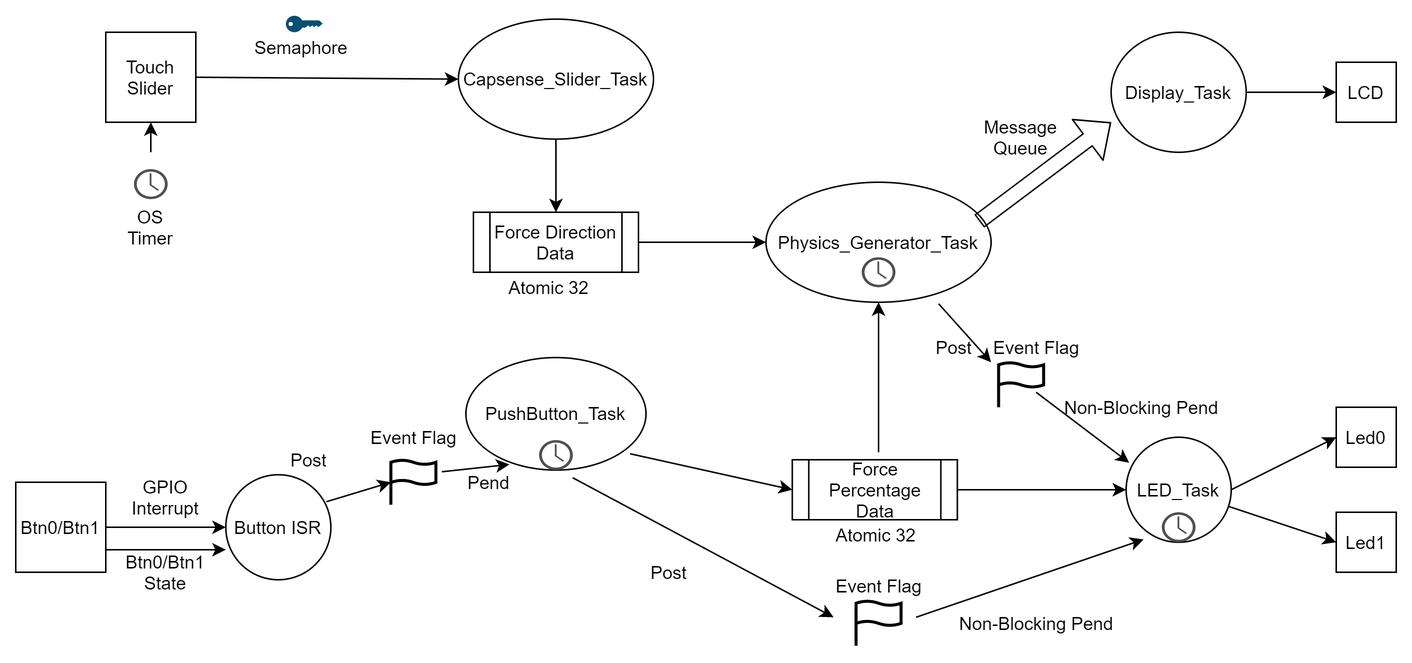
Earlier version of the draw.io export Task_Diagram.png (thwaitesja/RTOS_Final_Project). Source tidied: cells renumbered, new cells last; positions are measured from the earlier drawing's top-left corner, leaving out a move shared by most shapes. Source of this version:
```xml
<mxGraphModel>
  <root>
    <mxCell id="0" />
    <mxCell id="1" parent="0" />
    <mxCell id="2" style="edgeStyle=orthogonalEdgeStyle;rounded=0;jettySize=auto;html=1;exitX=0.5;exitY=1;exitDx=0;exitDy=0;" parent="1" edge="1" source="3" target="41">
      <mxGeometry relative="1" as="geometry" />
    </mxCell>
    <mxCell id="3" value="Capsense_Slider_Task" style="ellipse;whiteSpace=wrap;html=1;" parent="1" vertex="1">
      <mxGeometry x="295" y="2.2" width="130" height="80" as="geometry" />
    </mxCell>
    <mxCell id="4" value="Physics_Generator_Task" style="ellipse;whiteSpace=wrap;html=1;" parent="1" vertex="1">
      <mxGeometry x="500" y="111" width="150" height="80" as="geometry" />
    </mxCell>
    <mxCell id="5" value="PushButton_Task" style="ellipse;whiteSpace=wrap;html=1;" parent="1" vertex="1">
      <mxGeometry x="300" y="227.9" width="120" height="75" as="geometry" />
    </mxCell>
    <mxCell id="6" value="LED_Task" style="ellipse;whiteSpace=wrap;html=1;" parent="1" vertex="1">
      <mxGeometry x="740" y="281" width="70" height="70" as="geometry" />
    </mxCell>
    <mxCell id="7" style="edgeStyle=orthogonalEdgeStyle;rounded=0;jettySize=auto;html=1;exitX=1;exitY=0.5;exitDx=0;exitDy=0;entryX=0;entryY=0.5;entryDx=0;entryDy=0;" parent="1" edge="1" source="8" target="9">
      <mxGeometry relative="1" as="geometry" />
    </mxCell>
    <mxCell id="8" value="Display_Task" style="ellipse;whiteSpace=wrap;html=1;" parent="1" vertex="1">
      <mxGeometry x="730" y="11" width="90" height="80" as="geometry" />
    </mxCell>
    <mxCell id="9" value="LCD" style="rounded=0;whiteSpace=wrap;html=1;" parent="1" vertex="1">
      <mxGeometry x="880" y="31" width="40" height="40" as="geometry" />
    </mxCell>
    <mxCell id="10" value="Led0" style="rounded=0;whiteSpace=wrap;html=1;" parent="1" vertex="1">
      <mxGeometry x="880" y="261" width="40" height="40" as="geometry" />
    </mxCell>
    <mxCell id="11" value="Led1" style="rounded=0;whiteSpace=wrap;html=1;" parent="1" vertex="1">
      <mxGeometry x="880" y="331" width="40" height="40" as="geometry" />
    </mxCell>
    <mxCell id="12" style="endArrow=classic;html=1;entryX=0;entryY=0.5;entryDx=0;entryDy=0;exitX=1;exitY=0.5;exitDx=0;exitDy=0;" parent="1" edge="1" source="6" target="10">
      <mxGeometry relative="1" as="geometry" />
    </mxCell>
    <mxCell id="13" style="endArrow=classic;html=1;entryX=0;entryY=0.5;entryDx=0;entryDy=0;" parent="1" edge="1" source="6" target="11">
      <mxGeometry relative="1" as="geometry" />
    </mxCell>
    <mxCell id="14" style="shadow=0;dashed=0;html=1;strokeColor=none;fillColor=#505050;labelPosition=center;verticalLabelPosition=bottom;verticalAlign=top;align=center;shape=mxgraph.office.concepts.clock;" parent="1" vertex="1">
      <mxGeometry x="763.8" y="331" width="22.5" height="20" as="geometry" />
    </mxCell>
    <mxCell id="15" style="shape=flexArrow;endArrow=classic;html=1;exitX=0.947;exitY=0.325;exitDx=0;exitDy=0;exitPerimeter=0;endWidth=23;endSize=6.01;" parent="1" edge="1" source="4">
      <mxGeometry relative="1" as="geometry">
        <mxPoint x="730" y="71" as="targetPoint" />
      </mxGeometry>
    </mxCell>
    <mxCell id="16" value="Message Queue" style="text;html=1;strokeColor=none;fillColor=none;align=center;verticalAlign=middle;whiteSpace=wrap;rounded=0;" parent="1" vertex="1">
      <mxGeometry x="650" y="71" width="40" height="20" as="geometry" />
    </mxCell>
    <mxCell id="17" style="html=1;verticalLabelPosition=bottom;align=center;labelBackgroundColor=#ffffff;verticalAlign=top;strokeWidth=2;strokeColor=#000000;shadow=0;dashed=0;shape=mxgraph.ios7.icons.flag;" parent="1" vertex="1">
      <mxGeometry x="655" y="231" width="30" height="30" as="geometry" />
    </mxCell>
    <mxCell id="18" style="endArrow=classic;html=1;exitX=0.767;exitY=1.013;exitDx=0;exitDy=0;exitPerimeter=0;" parent="1" edge="1" source="4">
      <mxGeometry relative="1" as="geometry">
        <mxPoint x="650" y="231" as="targetPoint" />
      </mxGeometry>
    </mxCell>
    <mxCell id="19" style="endArrow=classic;html=1;entryX=0.029;entryY=0.243;entryDx=0;entryDy=0;entryPerimeter=0;" parent="1" edge="1" target="6">
      <mxGeometry relative="1" as="geometry">
        <mxPoint x="680" y="251" as="sourcePoint" />
      </mxGeometry>
    </mxCell>
    <mxCell id="20" value="Post" style="text;html=1;align=center;verticalAlign=middle;" parent="1" vertex="1">
      <mxGeometry x="605" y="211" width="40" height="20" as="geometry" />
    </mxCell>
    <mxCell id="21" value="Non-Blocking Pend" style="text;html=1;align=center;verticalAlign=middle;" parent="1" vertex="1">
      <mxGeometry x="690" y="251" width="120" height="20" as="geometry" />
    </mxCell>
    <mxCell id="22" style="edgeStyle=orthogonalEdgeStyle;rounded=0;jettySize=auto;html=1;exitX=1;exitY=0.5;exitDx=0;exitDy=0;" parent="1" edge="1" source="23" target="6">
      <mxGeometry relative="1" as="geometry" />
    </mxCell>
    <mxCell id="23" value="Force Percentage Data" style="shape=process;whiteSpace=wrap;html=1;backgroundOutline=1;strokeColor=#000000;" parent="1" vertex="1">
      <mxGeometry x="517.5" y="296" width="110" height="40" as="geometry" />
    </mxCell>
    <mxCell id="24" value="Event Flag" style="text;html=1;align=center;verticalAlign=middle;" parent="1" vertex="1">
      <mxGeometry x="645" y="211" width="70" height="20" as="geometry" />
    </mxCell>
    <mxCell id="25" style="endArrow=classic;html=1;entryX=0.5;entryY=1;entryDx=0;entryDy=0;" parent="1" edge="1" target="4">
      <mxGeometry relative="1" as="geometry">
        <mxPoint x="575" y="291" as="sourcePoint" />
      </mxGeometry>
    </mxCell>
    <mxCell id="26" style="shadow=0;dashed=0;html=1;strokeColor=none;fillColor=#505050;labelPosition=center;verticalLabelPosition=bottom;verticalAlign=top;align=center;shape=mxgraph.office.concepts.clock;" parent="1" vertex="1">
      <mxGeometry x="563.8" y="161" width="22.5" height="20" as="geometry" />
    </mxCell>
    <mxCell id="27" value="Btn0/Btn1" style="rounded=0;whiteSpace=wrap;html=1;strokeColor=#000000;" parent="1" vertex="1">
      <mxGeometry y="311" width="60" height="60" as="geometry" />
    </mxCell>
    <mxCell id="28" value="Button ISR" style="ellipse;whiteSpace=wrap;html=1;strokeColor=#000000;" parent="1" vertex="1">
      <mxGeometry x="140" y="306" width="70" height="70" as="geometry" />
    </mxCell>
    <mxCell id="29" style="endArrow=classic;html=1;exitX=1;exitY=0.5;exitDx=0;exitDy=0;entryX=0;entryY=0.5;entryDx=0;entryDy=0;" parent="1" edge="1" source="27" target="28">
      <mxGeometry relative="1" as="geometry" />
    </mxCell>
    <mxCell id="30" value="GPIO Interrupt" style="text;html=1;strokeColor=none;fillColor=none;align=center;verticalAlign=middle;whiteSpace=wrap;rounded=0;" parent="1" vertex="1">
      <mxGeometry x="80" y="311" width="40" height="20" as="geometry" />
    </mxCell>
    <mxCell id="31" value="Btn0/Btn1 State" style="text;html=1;strokeColor=none;fillColor=none;align=center;verticalAlign=middle;whiteSpace=wrap;rounded=0;" parent="1" vertex="1">
      <mxGeometry x="80" y="361" width="40" height="20" as="geometry" />
    </mxCell>
    <mxCell id="32" style="endArrow=classic;html=1;exitX=1;exitY=0.75;exitDx=0;exitDy=0;" parent="1" edge="1" source="27">
      <mxGeometry relative="1" as="geometry">
        <mxPoint x="140" y="356" as="targetPoint" />
      </mxGeometry>
    </mxCell>
    <mxCell id="33" value="Event Flag" style="text;html=1;align=center;verticalAlign=middle;" parent="1" vertex="1">
      <mxGeometry x="230" y="271" width="70" height="20" as="geometry" />
    </mxCell>
    <mxCell id="34" style="html=1;verticalLabelPosition=bottom;align=center;labelBackgroundColor=#ffffff;verticalAlign=top;strokeWidth=2;strokeColor=#000000;shadow=0;dashed=0;shape=mxgraph.ios7.icons.flag;" parent="1" vertex="1">
      <mxGeometry x="250" y="296" width="30" height="30" as="geometry" />
    </mxCell>
    <mxCell id="35" value="Post" style="text;html=1;align=center;verticalAlign=middle;" parent="1" vertex="1">
      <mxGeometry x="175" y="286" width="40" height="20" as="geometry" />
    </mxCell>
    <mxCell id="36" value="Pend" style="text;html=1;align=center;verticalAlign=middle;" parent="1" vertex="1">
      <mxGeometry x="295" y="301" width="40" height="20" as="geometry" />
    </mxCell>
    <mxCell id="37" style="endArrow=classic;html=1;exitX=0.957;exitY=0.257;exitDx=0;exitDy=0;exitPerimeter=0;" parent="1" edge="1" source="28">
      <mxGeometry relative="1" as="geometry">
        <mxPoint x="250" y="311" as="targetPoint" />
      </mxGeometry>
    </mxCell>
    <mxCell id="38" style="endArrow=classic;html=1;exitX=1.133;exitY=0.267;exitDx=0;exitDy=0;exitPerimeter=0;entryX=0.242;entryY=0.95;entryDx=0;entryDy=0;entryPerimeter=0;" parent="1" edge="1" source="34" target="5">
      <mxGeometry relative="1" as="geometry" />
    </mxCell>
    <mxCell id="39" value="Touch Slider" style="rounded=0;whiteSpace=wrap;html=1;strokeColor=#000000;" parent="1" vertex="1">
      <mxGeometry x="60" y="11" width="60" height="60" as="geometry" />
    </mxCell>
    <mxCell id="40" style="edgeStyle=orthogonalEdgeStyle;rounded=0;jettySize=auto;html=1;exitX=1;exitY=0.5;exitDx=0;exitDy=0;entryX=0;entryY=0.5;entryDx=0;entryDy=0;" parent="1" edge="1" source="41" target="4">
      <mxGeometry relative="1" as="geometry" />
    </mxCell>
    <mxCell id="41" value="Force Direction Data" style="shape=process;whiteSpace=wrap;html=1;backgroundOutline=1;strokeColor=#000000;" parent="1" vertex="1">
      <mxGeometry x="305" y="131" width="110" height="40" as="geometry" />
    </mxCell>
    <mxCell id="42" style="verticalLabelPosition=bottom;html=1;verticalAlign=top;align=center;shape=mxgraph.cisco19.key;fillColor=#005073;strokeColor=none;" parent="1" vertex="1">
      <mxGeometry x="180" width="24.4" height="11" as="geometry" />
    </mxCell>
    <mxCell id="43" value="Semaphore" style="text;html=1;align=center;verticalAlign=middle;" parent="1" vertex="1">
      <mxGeometry x="150" y="11" width="80" height="20" as="geometry" />
    </mxCell>
    <mxCell id="44" style="endArrow=classic;html=1;exitX=1;exitY=0.5;exitDx=0;exitDy=0;entryX=0;entryY=0.5;entryDx=0;entryDy=0;" parent="1" edge="1" source="39" target="3">
      <mxGeometry relative="1" as="geometry" />
    </mxCell>
    <mxCell id="45" style="html=1;verticalLabelPosition=bottom;align=center;labelBackgroundColor=#ffffff;verticalAlign=top;strokeWidth=2;strokeColor=#000000;shadow=0;dashed=0;shape=mxgraph.ios7.icons.flag;" parent="1" vertex="1">
      <mxGeometry x="560" y="390" width="30" height="30" as="geometry" />
    </mxCell>
    <mxCell id="46" style="endArrow=classic;html=1;exitX=0.593;exitY=1.068;exitDx=0;exitDy=0;exitPerimeter=0;" parent="1" edge="1" source="5">
      <mxGeometry relative="1" as="geometry">
        <mxPoint x="545" y="401" as="targetPoint" />
      </mxGeometry>
    </mxCell>
    <mxCell id="47" style="endArrow=classic;html=1;entryX=0.167;entryY=0.973;entryDx=0;entryDy=0;entryPerimeter=0;" parent="1" edge="1" target="6">
      <mxGeometry relative="1" as="geometry">
        <mxPoint x="600" y="401" as="sourcePoint" />
      </mxGeometry>
    </mxCell>
    <mxCell id="48" value="Post" style="text;html=1;align=center;verticalAlign=middle;" parent="1" vertex="1">
      <mxGeometry x="415" y="361" width="40" height="20" as="geometry" />
    </mxCell>
    <mxCell id="49" value="Non-Blocking Pend" style="text;html=1;align=center;verticalAlign=middle;" parent="1" vertex="1">
      <mxGeometry x="620" y="395" width="120" height="20" as="geometry" />
    </mxCell>
    <mxCell id="50" value="Event Flag" style="text;html=1;align=center;verticalAlign=middle;" parent="1" vertex="1">
      <mxGeometry x="540" y="370" width="70" height="20" as="geometry" />
    </mxCell>
    <mxCell id="51" style="endArrow=classic;html=1;exitX=0.912;exitY=0.855;exitDx=0;exitDy=0;exitPerimeter=0;entryX=0;entryY=0.5;entryDx=0;entryDy=0;" parent="1" edge="1" source="5" target="23">
      <mxGeometry relative="1" as="geometry" />
    </mxCell>
    <mxCell id="52" style="shadow=0;dashed=0;html=1;strokeColor=none;fillColor=#505050;labelPosition=center;verticalLabelPosition=bottom;verticalAlign=top;align=center;shape=mxgraph.office.concepts.clock;" parent="1" vertex="1">
      <mxGeometry x="348.8" y="282.9" width="22.5" height="20" as="geometry" />
    </mxCell>
    <mxCell id="53" style="shadow=0;dashed=0;html=1;strokeColor=none;fillColor=#505050;labelPosition=center;verticalLabelPosition=bottom;verticalAlign=top;align=center;shape=mxgraph.office.concepts.clock;" parent="1" vertex="1">
      <mxGeometry x="78.8" y="102.2" width="22.5" height="20" as="geometry" />
    </mxCell>
    <mxCell id="54" value="OS Timer" style="text;html=1;strokeColor=none;fillColor=none;align=center;verticalAlign=middle;whiteSpace=wrap;rounded=0;" parent="1" vertex="1">
      <mxGeometry x="70" y="131" width="40" height="20" as="geometry" />
    </mxCell>
    <mxCell id="55" style="endArrow=classic;html=1;entryX=0.5;entryY=1;entryDx=0;entryDy=0;" parent="1" edge="1" target="39">
      <mxGeometry relative="1" as="geometry">
        <mxPoint x="90" y="91" as="sourcePoint" />
      </mxGeometry>
    </mxCell>
    <mxCell id="56" value="Atomic 32" style="text;html=1;align=center;verticalAlign=middle;strokeColor=none;" parent="1" vertex="1">
      <mxGeometry x="320" y="171" width="70" height="20" as="geometry" />
    </mxCell>
    <mxCell id="57" value="Atomic 32" style="text;html=1;align=center;verticalAlign=middle;strokeColor=none;" parent="1" vertex="1">
      <mxGeometry x="537.5" y="336" width="70" height="20" as="geometry" />
    </mxCell>
  </root>
</mxGraphModel>
```
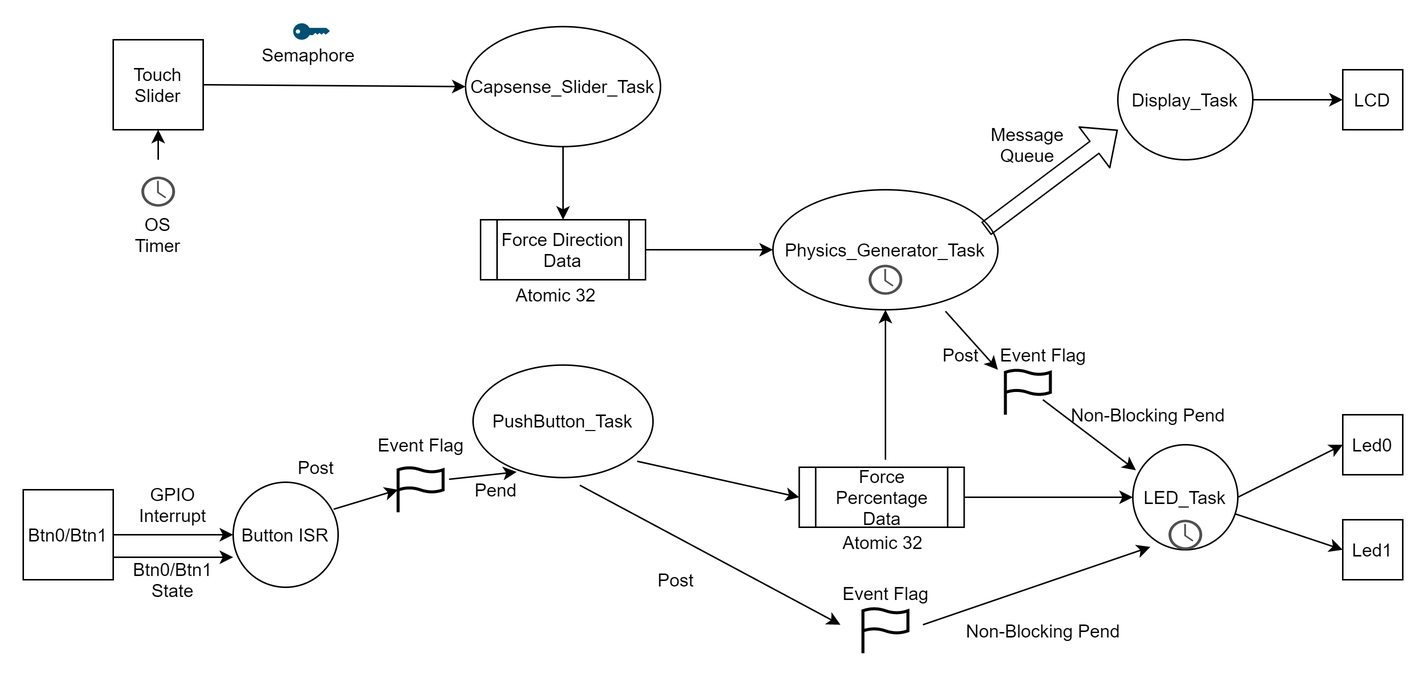
Above is the later version.

Change to the diagram source:
```diff
@@ -168,9 +168,6 @@
     <mxCell id="51" style="endArrow=classic;html=1;exitX=0.912;exitY=0.855;exitDx=0;exitDy=0;exitPerimeter=0;entryX=0;entryY=0.5;entryDx=0;entryDy=0;" parent="1" edge="1" source="5" target="23">
       <mxGeometry relative="1" as="geometry" />
     </mxCell>
-    <mxCell id="52" style="shadow=0;dashed=0;html=1;strokeColor=none;fillColor=#505050;labelPosition=center;verticalLabelPosition=bottom;verticalAlign=top;align=center;shape=mxgraph.office.concepts.clock;" parent="1" vertex="1">
-      <mxGeometry x="348.8" y="282.9" width="22.5" height="20" as="geometry" />
-    </mxCell>
     <mxCell id="53" style="shadow=0;dashed=0;html=1;strokeColor=none;fillColor=#505050;labelPosition=center;verticalLabelPosition=bottom;verticalAlign=top;align=center;shape=mxgraph.office.concepts.clock;" parent="1" vertex="1">
       <mxGeometry x="78.8" y="102.2" width="22.5" height="20" as="geometry" />
     </mxCell>
```
